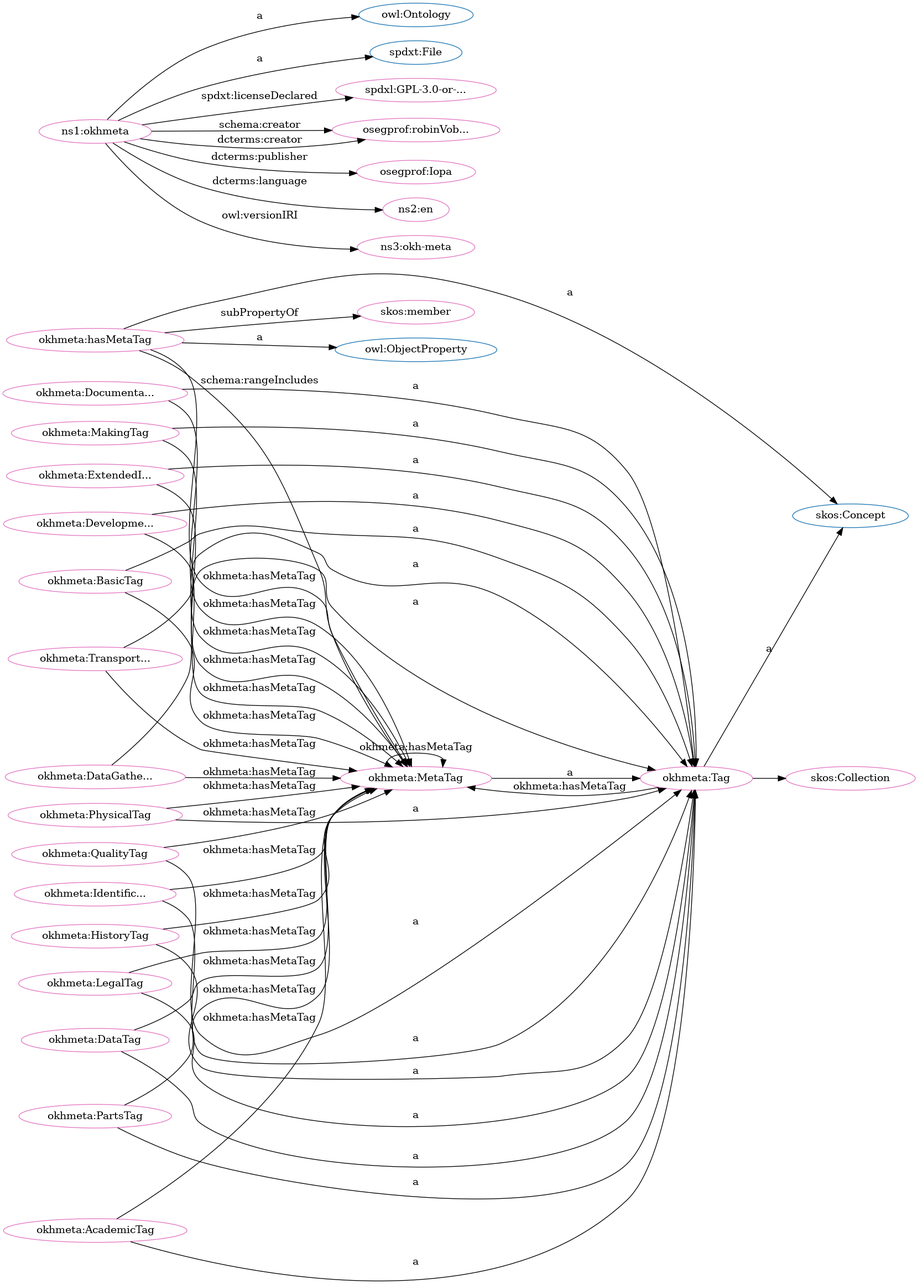
The Graphviz diagram src/spec/dot_okh-meta.png in iop-alliance/OpenKnowHow, before a commit. Its source is kept beside it as src/spec/dot_okh-meta.dot.
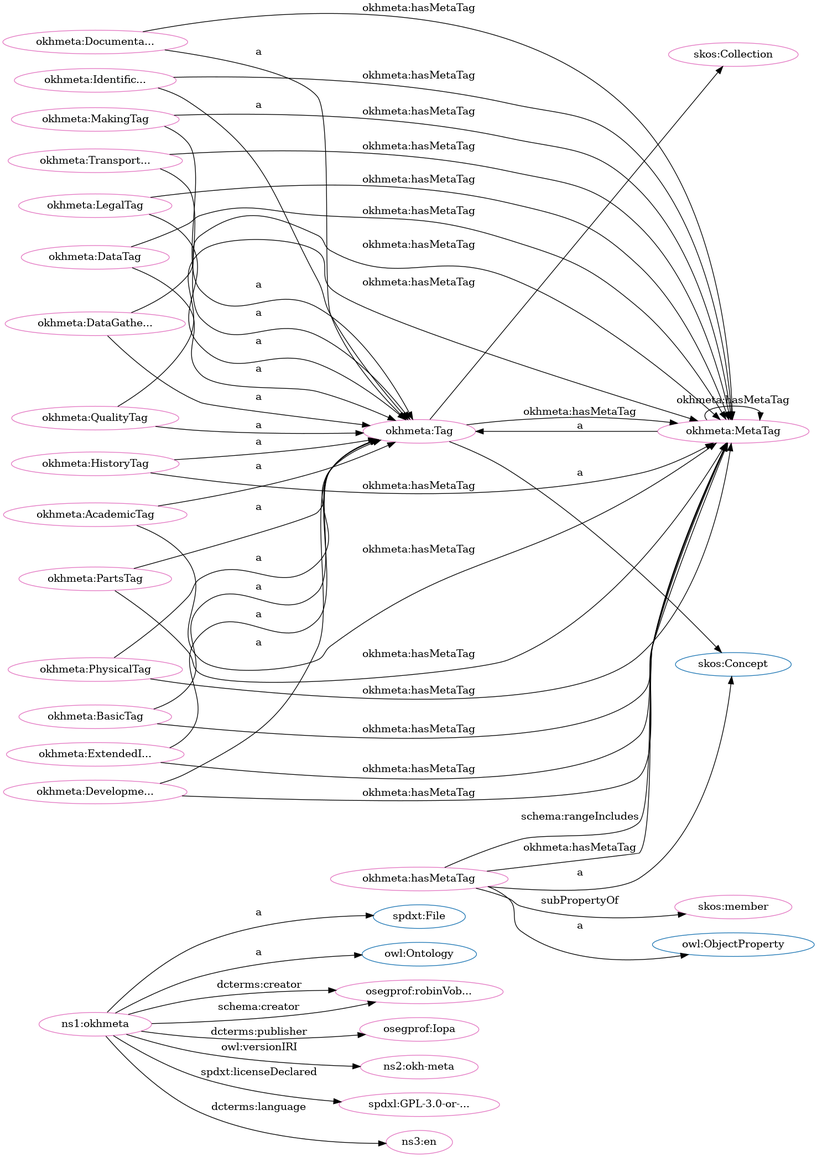
The same file after the commit.

What changed in the source:
```diff
@@ -1,85 +1,85 @@
 digraph G {
   rankdir=BT
   node[height=.3]
+"http://spdx.org/rdf/terms#File" [fillcolor="#1f77b4" color="#1f77b4" label="spdxt:File"]
+"https://w3id.org/oseg/ont/okhmeta#Tag" [fillcolor="#1f77b4" color="#1f77b4" label="okhmeta:Tag"]
+"http://www.w3.org/2004/02/skos/core#Collection" [fillcolor="#1f77b4" color="#1f77b4" label="skos:Collection"]
+"https://w3id.org/oseg/ont/okhmeta#MetaTag" [fillcolor="#1f77b4" color="#1f77b4" label="okhmeta:MetaTag"]
+"http://www.w3.org/2002/07/owl#Ontology" [fillcolor="#1f77b4" color="#1f77b4" label="owl:Ontology"]
+"http://www.w3.org/2004/02/skos/core#Concept" [fillcolor="#1f77b4" color="#1f77b4" label="skos:Concept"]
 "http://www.w3.org/2002/07/owl#ObjectProperty" [fillcolor="#1f77b4" color="#1f77b4" label="owl:ObjectProperty"]
-"http://www.w3.org/2002/07/owl#Ontology" [fillcolor="#1f77b4" color="#1f77b4" label="owl:Ontology"]
-"http://spdx.org/rdf/terms#File" [fillcolor="#1f77b4" color="#1f77b4" label="spdxt:File"]
-"http://www.w3.org/2004/02/skos/core#Concept" [fillcolor="#1f77b4" color="#1f77b4" label="skos:Concept"]
-"https://w3id.org/oseg/ont/okhmeta#MetaTag" [fillcolor="#1f77b4" color="#1f77b4" label="okhmeta:MetaTag"]
-"http://www.w3.org/2004/02/skos/core#Collection" [fillcolor="#1f77b4" color="#1f77b4" label="skos:Collection"]
-"https://w3id.org/oseg/ont/okhmeta#Tag" [fillcolor="#1f77b4" color="#1f77b4" label="okhmeta:Tag"]
+"https://w3id.org/oseg/ont/okhmeta#BasicTag" [fillcolor="#e377c2" color="#e377c2" label="okhmeta:BasicTag"]
 "https://w3id.org/oseg/ont/okhmeta#MetaTag" [fillcolor="#e377c2" color="#e377c2" label="okhmeta:MetaTag"]
+"https://w3id.org/oseg/ont/okhmeta#ExtendedInfoTag" [fillcolor="#e377c2" color="#e377c2" label="okhmeta:ExtendedI..."]
+"https://w3id.org/oseg/ont/okhmeta#DevelopmentTag" [fillcolor="#e377c2" color="#e377c2" label="okhmeta:Developme..."]
+"https://w3id.org/oseg/ont/okhmeta#QualityTag" [fillcolor="#e377c2" color="#e377c2" label="okhmeta:QualityTag"]
+"https://w3id.org/oseg/ont/oseg-profiles#robinVobruba" [fillcolor="#e377c2" color="#e377c2" label="osegprof:robinVob..."]
+"https://w3id.org/oseg/ont/okhmeta#hasMetaTag" [fillcolor="#e377c2" color="#e377c2" label="okhmeta:hasMetaTag"]
+"https://w3id.org/oseg/ont/okhmeta#IdentificationTag" [fillcolor="#e377c2" color="#e377c2" label="okhmeta:Identific..."]
 "https://w3id.org/oseg/ont/okhmeta#PhysicalTag" [fillcolor="#e377c2" color="#e377c2" label="okhmeta:PhysicalTag"]
-"https://w3id.org/oseg/ont/okhmeta#AcademicTag" [fillcolor="#e377c2" color="#e377c2" label="okhmeta:AcademicTag"]
-"https://spdx.org/licenses/GPL-3.0-or-later" [fillcolor="#e377c2" color="#e377c2" label="spdxl:GPL-3.0-or-..."]
-"https://w3id.org/oseg/ont/oseg-profiles#robinVobruba" [fillcolor="#e377c2" color="#e377c2" label="osegprof:robinVob..."]
-"https://w3id.org/oseg/ont/okhmeta#BasicTag" [fillcolor="#e377c2" color="#e377c2" label="okhmeta:BasicTag"]
-"https://w3id.org/oseg/ont/okhmeta#hasMetaTag" [fillcolor="#e377c2" color="#e377c2" label="okhmeta:hasMetaTag"]
-"https://w3id.org/oseg/ont/oseg-profiles#Iopa" [fillcolor="#e377c2" color="#e377c2" label="osegprof:Iopa"]
-"https://w3id.org/oseg/ont/okhmeta" [fillcolor="#e377c2" color="#e377c2" label="ns1:okhmeta"]
-"http://www.w3.org/2004/02/skos/core#member" [fillcolor="#e377c2" color="#e377c2" label="skos:member"]
 "https://w3id.org/oseg/ont/okhmeta#HistoryTag" [fillcolor="#e377c2" color="#e377c2" label="okhmeta:HistoryTag"]
 "https://w3id.org/oseg/ont/okhmeta#MakingTag" [fillcolor="#e377c2" color="#e377c2" label="okhmeta:MakingTag"]
-"https://w3id.org/oseg/ont/okhmeta#DevelopmentTag" [fillcolor="#e377c2" color="#e377c2" label="okhmeta:Developme..."]
+"https://w3id.org/oseg/ont/okhmeta#DocumentationTag" [fillcolor="#e377c2" color="#e377c2" label="okhmeta:Documenta..."]
+"https://w3id.org/oseg/ont/oseg-profiles#Iopa" [fillcolor="#e377c2" color="#e377c2" label="osegprof:Iopa"]
 "https://w3id.org/oseg/ont/okhmeta#DataGatheringTag" [fillcolor="#e377c2" color="#e377c2" label="okhmeta:DataGathe..."]
-"http://id.loc.gov/vocabulary/iso639-1/en" [fillcolor="#e377c2" color="#e377c2" label="ns2:en"]
-"https://w3id.org/oseg/ont/okhmeta#ExtendedInfoTag" [fillcolor="#e377c2" color="#e377c2" label="okhmeta:ExtendedI..."]
+"http://www.w3.org/2004/02/skos/core#Collection" [fillcolor="#e377c2" color="#e377c2" label="skos:Collection"]
 "https://w3id.org/oseg/ont/okhmeta#Tag" [fillcolor="#e377c2" color="#e377c2" label="okhmeta:Tag"]
+"http://www.w3.org/2004/02/skos/core#member" [fillcolor="#e377c2" color="#e377c2" label="skos:member"]
+"https://w3id.org/oseg/ont/okhmeta#LegalTag" [fillcolor="#e377c2" color="#e377c2" label="okhmeta:LegalTag"]
+"https://w3id.org/oseg/ont/okhmeta" [fillcolor="#e377c2" color="#e377c2" label="ns1:okhmeta"]
+"https://w3id.org/oseg/ont/okhmeta#TransportationTag" [fillcolor="#e377c2" color="#e377c2" label="okhmeta:Transport..."]
+"https://w3id.org/oseg/ont/1.1.0/okh-meta" [fillcolor="#e377c2" color="#e377c2" label="ns2:okh-meta"]
+"https://w3id.org/oseg/ont/okhmeta#DataTag" [fillcolor="#e377c2" color="#e377c2" label="okhmeta:DataTag"]
+"https://spdx.org/licenses/GPL-3.0-or-later" [fillcolor="#e377c2" color="#e377c2" label="spdxl:GPL-3.0-or-..."]
 "https://w3id.org/oseg/ont/okhmeta#PartsTag" [fillcolor="#e377c2" color="#e377c2" label="okhmeta:PartsTag"]
-"https://w3id.org/oseg/ont/okhmeta#QualityTag" [fillcolor="#e377c2" color="#e377c2" label="okhmeta:QualityTag"]
-"https://w3id.org/oseg/ont/okhmeta#DocumentationTag" [fillcolor="#e377c2" color="#e377c2" label="okhmeta:Documenta..."]
-"https://w3id.org/oseg/ont/okhmeta#IdentificationTag" [fillcolor="#e377c2" color="#e377c2" label="okhmeta:Identific..."]
-"https://w3id.org/oseg/ont/1.1.0/okh-meta" [fillcolor="#e377c2" color="#e377c2" label="ns3:okh-meta"]
-"http://www.w3.org/2004/02/skos/core#Collection" [fillcolor="#e377c2" color="#e377c2" label="skos:Collection"]
-"https://w3id.org/oseg/ont/okhmeta#LegalTag" [fillcolor="#e377c2" color="#e377c2" label="okhmeta:LegalTag"]
-"https://w3id.org/oseg/ont/okhmeta#DataTag" [fillcolor="#e377c2" color="#e377c2" label="okhmeta:DataTag"]
-"https://w3id.org/oseg/ont/okhmeta#TransportationTag" [fillcolor="#e377c2" color="#e377c2" label="okhmeta:Transport..."]
+"https://w3id.org/oseg/ont/okhmeta#AcademicTag" [fillcolor="#e377c2" color="#e377c2" label="okhmeta:AcademicTag"]
+"http://id.loc.gov/vocabulary/iso639-1/en" [fillcolor="#e377c2" color="#e377c2" label="ns3:en"]
+  "https://w3id.org/oseg/ont/okhmeta#BasicTag" -> "https://w3id.org/oseg/ont/okhmeta#Tag" [label="a"]
+  "https://w3id.org/oseg/ont/okhmeta#ExtendedInfoTag" -> "https://w3id.org/oseg/ont/okhmeta#Tag" [label="a"]
+  "https://w3id.org/oseg/ont/okhmeta#hasMetaTag" -> "https://w3id.org/oseg/ont/okhmeta#MetaTag" [label="schema:rangeIncludes"]
+  "https://w3id.org/oseg/ont/okhmeta#MetaTag" -> "https://w3id.org/oseg/ont/okhmeta#Tag" [label="a"]
+  "https://w3id.org/oseg/ont/okhmeta" -> "https://w3id.org/oseg/ont/oseg-profiles#robinVobruba" [label="dcterms:creator"]
+  "https://w3id.org/oseg/ont/okhmeta#hasMetaTag" -> "http://www.w3.org/2002/07/owl#ObjectProperty" [label="a"]
+  "https://w3id.org/oseg/ont/okhmeta#IdentificationTag" -> "https://w3id.org/oseg/ont/okhmeta#Tag" [label="a"]
+  "https://w3id.org/oseg/ont/okhmeta#HistoryTag" -> "https://w3id.org/oseg/ont/okhmeta#Tag" [label="a"]
   "https://w3id.org/oseg/ont/okhmeta#DevelopmentTag" -> "https://w3id.org/oseg/ont/okhmeta#MetaTag" [label="okhmeta:hasMetaTag"]
+  "https://w3id.org/oseg/ont/okhmeta#QualityTag" -> "https://w3id.org/oseg/ont/okhmeta#MetaTag" [label="okhmeta:hasMetaTag"]
+  "https://w3id.org/oseg/ont/okhmeta#AcademicTag" -> "https://w3id.org/oseg/ont/okhmeta#MetaTag" [label="okhmeta:hasMetaTag"]
+  "https://w3id.org/oseg/ont/okhmeta#DocumentationTag" -> "https://w3id.org/oseg/ont/okhmeta#Tag" [label="a"]
+  "https://w3id.org/oseg/ont/okhmeta#ExtendedInfoTag" -> "https://w3id.org/oseg/ont/okhmeta#MetaTag" [label="okhmeta:hasMetaTag"]
+  "https://w3id.org/oseg/ont/okhmeta#Tag" -> "http://www.w3.org/2004/02/skos/core#Collection" [label=""]
+  "https://w3id.org/oseg/ont/okhmeta#hasMetaTag" -> "http://www.w3.org/2004/02/skos/core#member" [label="subPropertyOf"]
+  "https://w3id.org/oseg/ont/okhmeta#LegalTag" -> "https://w3id.org/oseg/ont/okhmeta#Tag" [label="a"]
+  "https://w3id.org/oseg/ont/okhmeta#DataGatheringTag" -> "https://w3id.org/oseg/ont/okhmeta#MetaTag" [label="okhmeta:hasMetaTag"]
+  "https://w3id.org/oseg/ont/okhmeta#MetaTag" -> "https://w3id.org/oseg/ont/okhmeta#MetaTag" [label="okhmeta:hasMetaTag"]
+  "https://w3id.org/oseg/ont/okhmeta" -> "https://w3id.org/oseg/ont/1.1.0/okh-meta" [label="owl:versionIRI"]
+  "https://w3id.org/oseg/ont/okhmeta#DataTag" -> "https://w3id.org/oseg/ont/okhmeta#Tag" [label="a"]
+  "https://w3id.org/oseg/ont/okhmeta#LegalTag" -> "https://w3id.org/oseg/ont/okhmeta#MetaTag" [label="okhmeta:hasMetaTag"]
   "https://w3id.org/oseg/ont/okhmeta#TransportationTag" -> "https://w3id.org/oseg/ont/okhmeta#MetaTag" [label="okhmeta:hasMetaTag"]
-  "https://w3id.org/oseg/ont/okhmeta#AcademicTag" -> "https://w3id.org/oseg/ont/okhmeta#MetaTag" [label="okhmeta:hasMetaTag"]
+  "https://w3id.org/oseg/ont/okhmeta#DataTag" -> "https://w3id.org/oseg/ont/okhmeta#MetaTag" [label="okhmeta:hasMetaTag"]
+  "https://w3id.org/oseg/ont/okhmeta" -> "http://id.loc.gov/vocabulary/iso639-1/en" [label="dcterms:language"]
+  "https://w3id.org/oseg/ont/okhmeta#PartsTag" -> "https://w3id.org/oseg/ont/okhmeta#MetaTag" [label="okhmeta:hasMetaTag"]
+  "https://w3id.org/oseg/ont/okhmeta#HistoryTag" -> "https://w3id.org/oseg/ont/okhmeta#MetaTag" [label="okhmeta:hasMetaTag"]
+  "https://w3id.org/oseg/ont/okhmeta#PhysicalTag" -> "https://w3id.org/oseg/ont/okhmeta#MetaTag" [label="okhmeta:hasMetaTag"]
+  "https://w3id.org/oseg/ont/okhmeta#MakingTag" -> "https://w3id.org/oseg/ont/okhmeta#MetaTag" [label="okhmeta:hasMetaTag"]
+  "https://w3id.org/oseg/ont/okhmeta#DevelopmentTag" -> "https://w3id.org/oseg/ont/okhmeta#Tag" [label="a"]
+  "https://w3id.org/oseg/ont/okhmeta#QualityTag" -> "https://w3id.org/oseg/ont/okhmeta#Tag" [label="a"]
+  "https://w3id.org/oseg/ont/okhmeta#PhysicalTag" -> "https://w3id.org/oseg/ont/okhmeta#Tag" [label="a"]
+  "https://w3id.org/oseg/ont/okhmeta#MakingTag" -> "https://w3id.org/oseg/ont/okhmeta#Tag" [label="a"]
+  "https://w3id.org/oseg/ont/okhmeta#hasMetaTag" -> "http://www.w3.org/2004/02/skos/core#Concept" [label="a"]
+  "https://w3id.org/oseg/ont/okhmeta#IdentificationTag" -> "https://w3id.org/oseg/ont/okhmeta#MetaTag" [label="okhmeta:hasMetaTag"]
+  "https://w3id.org/oseg/ont/okhmeta" -> "https://w3id.org/oseg/ont/oseg-profiles#Iopa" [label="dcterms:publisher"]
+  "https://w3id.org/oseg/ont/okhmeta#DataGatheringTag" -> "https://w3id.org/oseg/ont/okhmeta#Tag" [label="a"]
+  "https://w3id.org/oseg/ont/okhmeta#Tag" -> "http://www.w3.org/2004/02/skos/core#Concept" [label="a"]
+  "https://w3id.org/oseg/ont/okhmeta#BasicTag" -> "https://w3id.org/oseg/ont/okhmeta#MetaTag" [label="okhmeta:hasMetaTag"]
+  "https://w3id.org/oseg/ont/okhmeta" -> "http://www.w3.org/2002/07/owl#Ontology" [label="a"]
+  "https://w3id.org/oseg/ont/okhmeta" -> "http://spdx.org/rdf/terms#File" [label="a"]
+  "https://w3id.org/oseg/ont/okhmeta#TransportationTag" -> "https://w3id.org/oseg/ont/okhmeta#Tag" [label="a"]
+  "https://w3id.org/oseg/ont/okhmeta#hasMetaTag" -> "https://w3id.org/oseg/ont/okhmeta#MetaTag" [label="okhmeta:hasMetaTag"]
+  "https://w3id.org/oseg/ont/okhmeta#DocumentationTag" -> "https://w3id.org/oseg/ont/okhmeta#MetaTag" [label="okhmeta:hasMetaTag"]
   "https://w3id.org/oseg/ont/okhmeta" -> "https://spdx.org/licenses/GPL-3.0-or-later" [label="spdxt:licenseDeclared"]
+  "https://w3id.org/oseg/ont/okhmeta#Tag" -> "https://w3id.org/oseg/ont/okhmeta#MetaTag" [label="okhmeta:hasMetaTag"]
+  "https://w3id.org/oseg/ont/okhmeta#PartsTag" -> "https://w3id.org/oseg/ont/okhmeta#Tag" [label="a"]
+  "https://w3id.org/oseg/ont/okhmeta#AcademicTag" -> "https://w3id.org/oseg/ont/okhmeta#Tag" [label="a"]
   "https://w3id.org/oseg/ont/okhmeta" -> "https://w3id.org/oseg/ont/oseg-profiles#robinVobruba" [label="schema:creator"]
-  "https://w3id.org/oseg/ont/okhmeta#BasicTag" -> "https://w3id.org/oseg/ont/okhmeta#Tag" [label="a"]
-  "https://w3id.org/oseg/ont/okhmeta" -> "http://www.w3.org/2002/07/owl#Ontology" [label="a"]
-  "https://w3id.org/oseg/ont/okhmeta#hasMetaTag" -> "http://www.w3.org/2004/02/skos/core#member" [label="subPropertyOf"]
-  "https://w3id.org/oseg/ont/okhmeta#hasMetaTag" -> "https://w3id.org/oseg/ont/okhmeta#MetaTag" [label="schema:rangeIncludes"]
-  "https://w3id.org/oseg/ont/okhmeta" -> "http://spdx.org/rdf/terms#File" [label="a"]
-  "https://w3id.org/oseg/ont/okhmeta" -> "https://w3id.org/oseg/ont/oseg-profiles#robinVobruba" [label="dcterms:creator"]
-  "https://w3id.org/oseg/ont/okhmeta#HistoryTag" -> "https://w3id.org/oseg/ont/okhmeta#MetaTag" [label="okhmeta:hasMetaTag"]
-  "https://w3id.org/oseg/ont/okhmeta#MakingTag" -> "https://w3id.org/oseg/ont/okhmeta#Tag" [label="a"]
-  "https://w3id.org/oseg/ont/okhmeta#DevelopmentTag" -> "https://w3id.org/oseg/ont/okhmeta#Tag" [label="a"]
-  "https://w3id.org/oseg/ont/okhmeta#DataGatheringTag" -> "https://w3id.org/oseg/ont/okhmeta#MetaTag" [label="okhmeta:hasMetaTag"]
-  "https://w3id.org/oseg/ont/okhmeta#MakingTag" -> "https://w3id.org/oseg/ont/okhmeta#MetaTag" [label="okhmeta:hasMetaTag"]
-  "https://w3id.org/oseg/ont/okhmeta#ExtendedInfoTag" -> "https://w3id.org/oseg/ont/okhmeta#Tag" [label="a"]
-  "https://w3id.org/oseg/ont/okhmeta#hasMetaTag" -> "https://w3id.org/oseg/ont/okhmeta#MetaTag" [label="okhmeta:hasMetaTag"]
-  "https://w3id.org/oseg/ont/okhmeta#MetaTag" -> "https://w3id.org/oseg/ont/okhmeta#MetaTag" [label="okhmeta:hasMetaTag"]
-  "https://w3id.org/oseg/ont/okhmeta#DocumentationTag" -> "https://w3id.org/oseg/ont/okhmeta#MetaTag" [label="okhmeta:hasMetaTag"]
-  "https://w3id.org/oseg/ont/okhmeta#IdentificationTag" -> "https://w3id.org/oseg/ont/okhmeta#Tag" [label="a"]
-  "https://w3id.org/oseg/ont/okhmeta" -> "https://w3id.org/oseg/ont/1.1.0/okh-meta" [label="owl:versionIRI"]
-  "https://w3id.org/oseg/ont/okhmeta#LegalTag" -> "https://w3id.org/oseg/ont/okhmeta#MetaTag" [label="okhmeta:hasMetaTag"]
-  "https://w3id.org/oseg/ont/okhmeta#Tag" -> "http://www.w3.org/2004/02/skos/core#Collection" [label=""]
-  "https://w3id.org/oseg/ont/okhmeta#DataTag" -> "https://w3id.org/oseg/ont/okhmeta#Tag" [label="a"]
-  "https://w3id.org/oseg/ont/okhmeta#DataTag" -> "https://w3id.org/oseg/ont/okhmeta#MetaTag" [label="okhmeta:hasMetaTag"]
-  "https://w3id.org/oseg/ont/okhmeta#PhysicalTag" -> "https://w3id.org/oseg/ont/okhmeta#Tag" [label="a"]
-  "https://w3id.org/oseg/ont/okhmeta#PhysicalTag" -> "https://w3id.org/oseg/ont/okhmeta#MetaTag" [label="okhmeta:hasMetaTag"]
-  "https://w3id.org/oseg/ont/okhmeta#AcademicTag" -> "https://w3id.org/oseg/ont/okhmeta#Tag" [label="a"]
-  "https://w3id.org/oseg/ont/okhmeta#QualityTag" -> "https://w3id.org/oseg/ont/okhmeta#MetaTag" [label="okhmeta:hasMetaTag"]
-  "https://w3id.org/oseg/ont/okhmeta#hasMetaTag" -> "http://www.w3.org/2002/07/owl#ObjectProperty" [label="a"]
-  "https://w3id.org/oseg/ont/okhmeta#PartsTag" -> "https://w3id.org/oseg/ont/okhmeta#MetaTag" [label="okhmeta:hasMetaTag"]
-  "https://w3id.org/oseg/ont/okhmeta" -> "https://w3id.org/oseg/ont/oseg-profiles#Iopa" [label="dcterms:publisher"]
-  "https://w3id.org/oseg/ont/okhmeta#HistoryTag" -> "https://w3id.org/oseg/ont/okhmeta#Tag" [label="a"]
-  "https://w3id.org/oseg/ont/okhmeta#ExtendedInfoTag" -> "https://w3id.org/oseg/ont/okhmeta#MetaTag" [label="okhmeta:hasMetaTag"]
-  "https://w3id.org/oseg/ont/okhmeta#DataGatheringTag" -> "https://w3id.org/oseg/ont/okhmeta#Tag" [label="a"]
-  "https://w3id.org/oseg/ont/okhmeta" -> "http://id.loc.gov/vocabulary/iso639-1/en" [label="dcterms:language"]
-  "https://w3id.org/oseg/ont/okhmeta#Tag" -> "http://www.w3.org/2004/02/skos/core#Concept" [label="a"]
-  "https://w3id.org/oseg/ont/okhmeta#PartsTag" -> "https://w3id.org/oseg/ont/okhmeta#Tag" [label="a"]
-  "https://w3id.org/oseg/ont/okhmeta#BasicTag" -> "https://w3id.org/oseg/ont/okhmeta#MetaTag" [label="okhmeta:hasMetaTag"]
-  "https://w3id.org/oseg/ont/okhmeta#QualityTag" -> "https://w3id.org/oseg/ont/okhmeta#Tag" [label="a"]
-  "https://w3id.org/oseg/ont/okhmeta#DocumentationTag" -> "https://w3id.org/oseg/ont/okhmeta#Tag" [label="a"]
-  "https://w3id.org/oseg/ont/okhmeta#IdentificationTag" -> "https://w3id.org/oseg/ont/okhmeta#MetaTag" [label="okhmeta:hasMetaTag"]
-  "https://w3id.org/oseg/ont/okhmeta#MetaTag" -> "https://w3id.org/oseg/ont/okhmeta#Tag" [label="a"]
-  "https://w3id.org/oseg/ont/okhmeta#hasMetaTag" -> "http://www.w3.org/2004/02/skos/core#Concept" [label="a"]
-  "https://w3id.org/oseg/ont/okhmeta#Tag" -> "https://w3id.org/oseg/ont/okhmeta#MetaTag" [label="okhmeta:hasMetaTag"]
-  "https://w3id.org/oseg/ont/okhmeta#LegalTag" -> "https://w3id.org/oseg/ont/okhmeta#Tag" [label="a"]
-  "https://w3id.org/oseg/ont/okhmeta#TransportationTag" -> "https://w3id.org/oseg/ont/okhmeta#Tag" [label="a"]
 }
```
